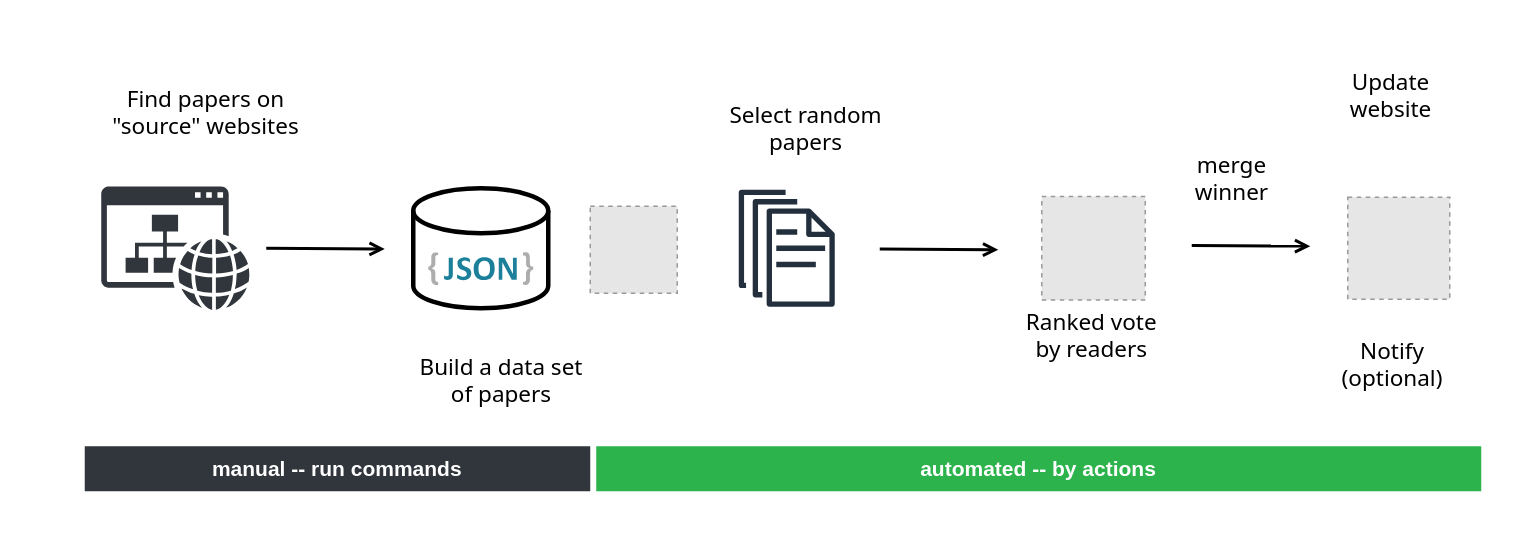
This is .github/assets/voting.drawio from the-au-forml-lab/plgroup, a draw.io file, before an edit. Source tidied: cells renumbered, new cells numbered last; positions are measured from the earlier drawing's top-left corner, leaving out a move shared by most shapes. Both pictures are drawn from the tidied source at 150%, with x=0, y=0 at pixel (26, 26). Pictures stored in the file or linked from it are replaced by grey dashed boxes.
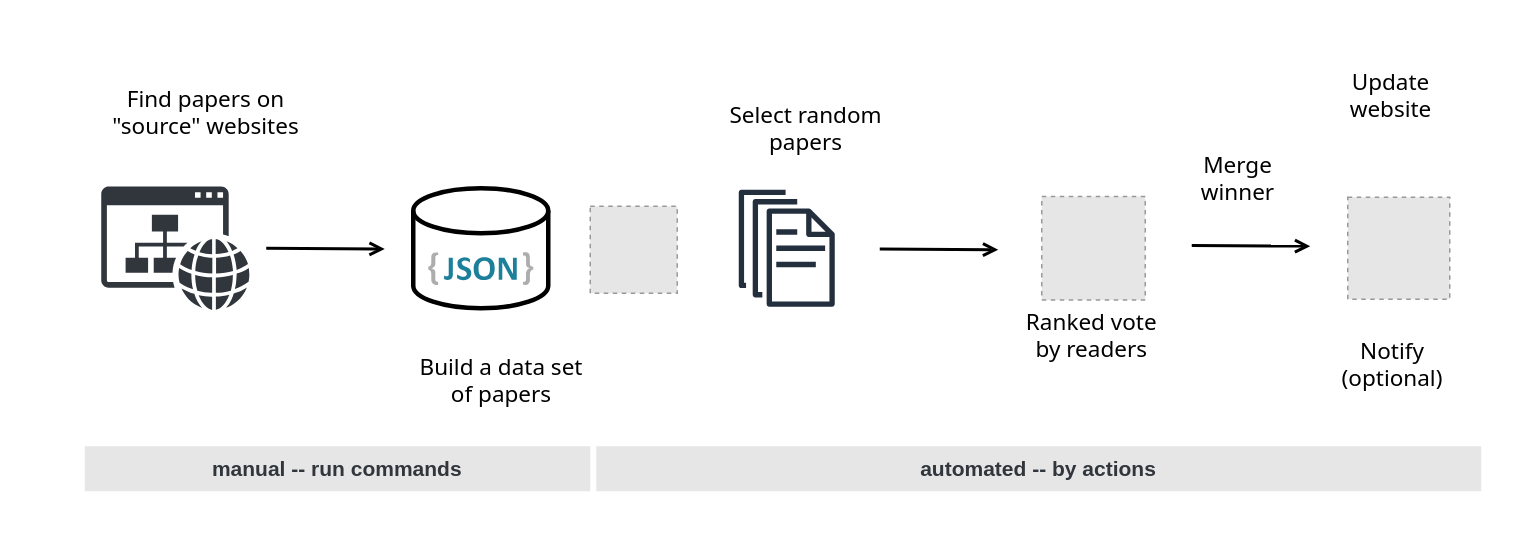
The same diagram, later.

The edit, as a diff of the source:
```diff
@@
-    <mxCell id="13" value="manual -- run commands" style="rounded=0;whiteSpace=wrap;html=1;fillColor=#30363c;strokeColor=none;fontStyle=1;fontColor=#FFFFFF;fontSize=14;" parent="1" vertex="1">
+    <mxCell id="13" value="&lt;font color=&quot;#30363c&quot;&gt;manual -- run commands&lt;/font&gt;" style="rounded=0;whiteSpace=wrap;html=1;fillColor=#E6E6E6;strokeColor=none;fontStyle=1;fontColor=#FFFFFF;fontSize=14;" parent="1" vertex="1">
       <mxGeometry x="39" y="280" width="337" height="30" as="geometry" />
     </mxCell>
-    <mxCell id="14" value="automated -- by actions" style="rounded=0;whiteSpace=wrap;html=1;fillColor=#2db34b;strokeColor=none;fontColor=#FFFFFF;fontStyle=1;fontSize=14;" parent="1" vertex="1">
+    <mxCell id="14" value="&lt;font color=&quot;#30363c&quot;&gt;automated -- by actions&lt;/font&gt;" style="rounded=0;whiteSpace=wrap;html=1;fillColor=#E6E6E6;strokeColor=none;fontColor=#FFFFFF;fontStyle=1;fontSize=14;" parent="1" vertex="1">
       <mxGeometry x="380" y="280" width="590" height="30" as="geometry" />
     </mxCell>
@@
-    <mxCell id="21" value="merge&lt;br&gt;winner" style="text;html=1;strokeColor=none;fillColor=none;align=center;verticalAlign=middle;whiteSpace=wrap;rounded=0;fontFamily=Tahoma;fontSize=15;" parent="1" vertex="1">
-      <mxGeometry x="774" y="80" width="60" height="40" as="geometry" />
+    <mxCell id="21" value="Merge&lt;br&gt;winner" style="text;html=1;strokeColor=none;fillColor=none;align=center;verticalAlign=middle;whiteSpace=wrap;rounded=0;fontFamily=Tahoma;fontSize=15;" parent="1" vertex="1">
+      <mxGeometry x="778" y="80" width="60" height="40" as="geometry" />
     </mxCell>
```
